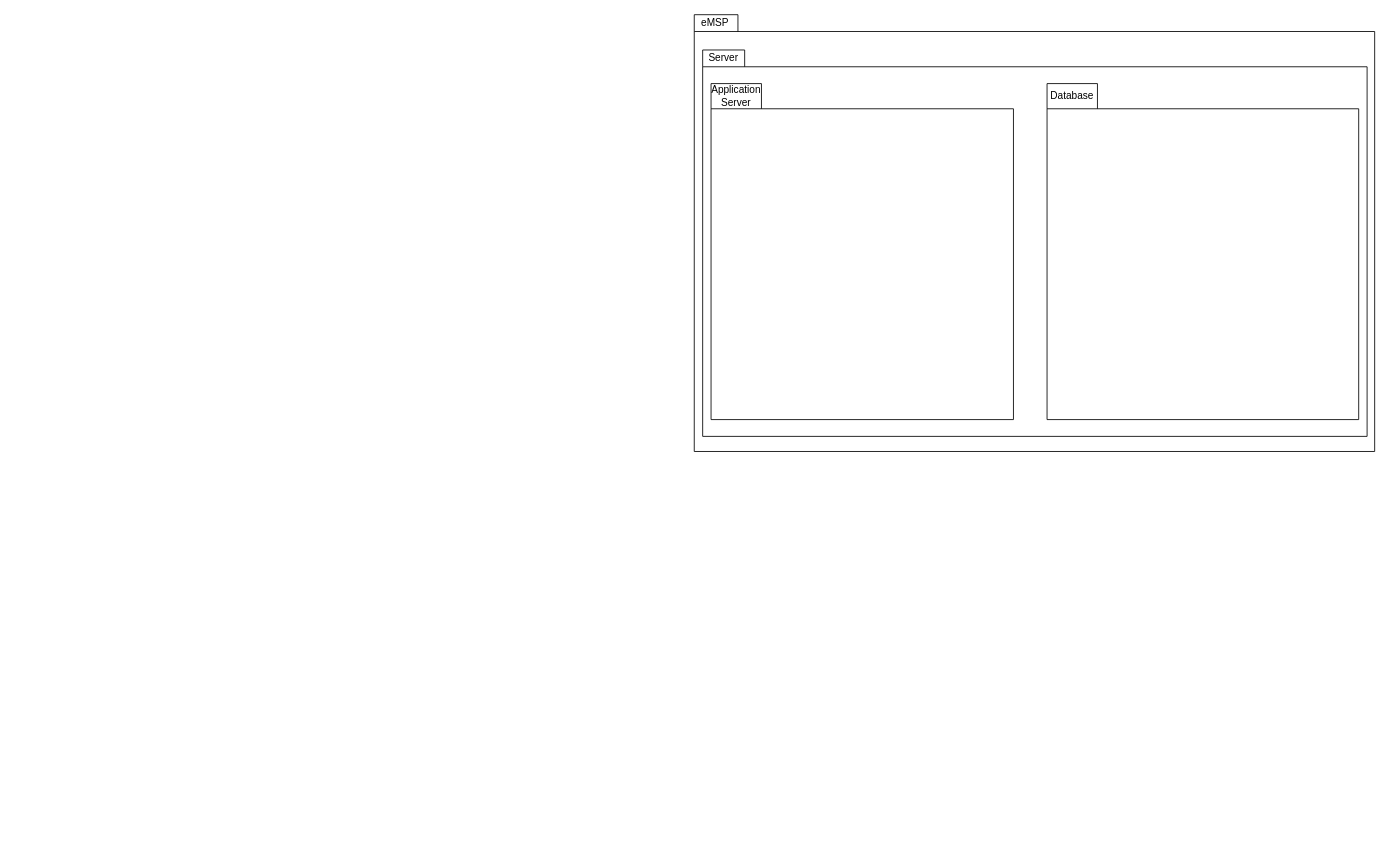
Above: page "eMSP-deployment" (3 of 3) of DD/Graphics/DD-overview.drawio in federico-mandelli/CoriglianoMandelliPignataro (draw.io), before the change. Source tidied: cells renumbered, new cells numbered last; positions are measured from the earlier drawing's top-left corner, leaving out a move shared by most shapes. Both pictures are drawn from the tidied source at 84%, with x=0, y=0 at pixel (694, 14).
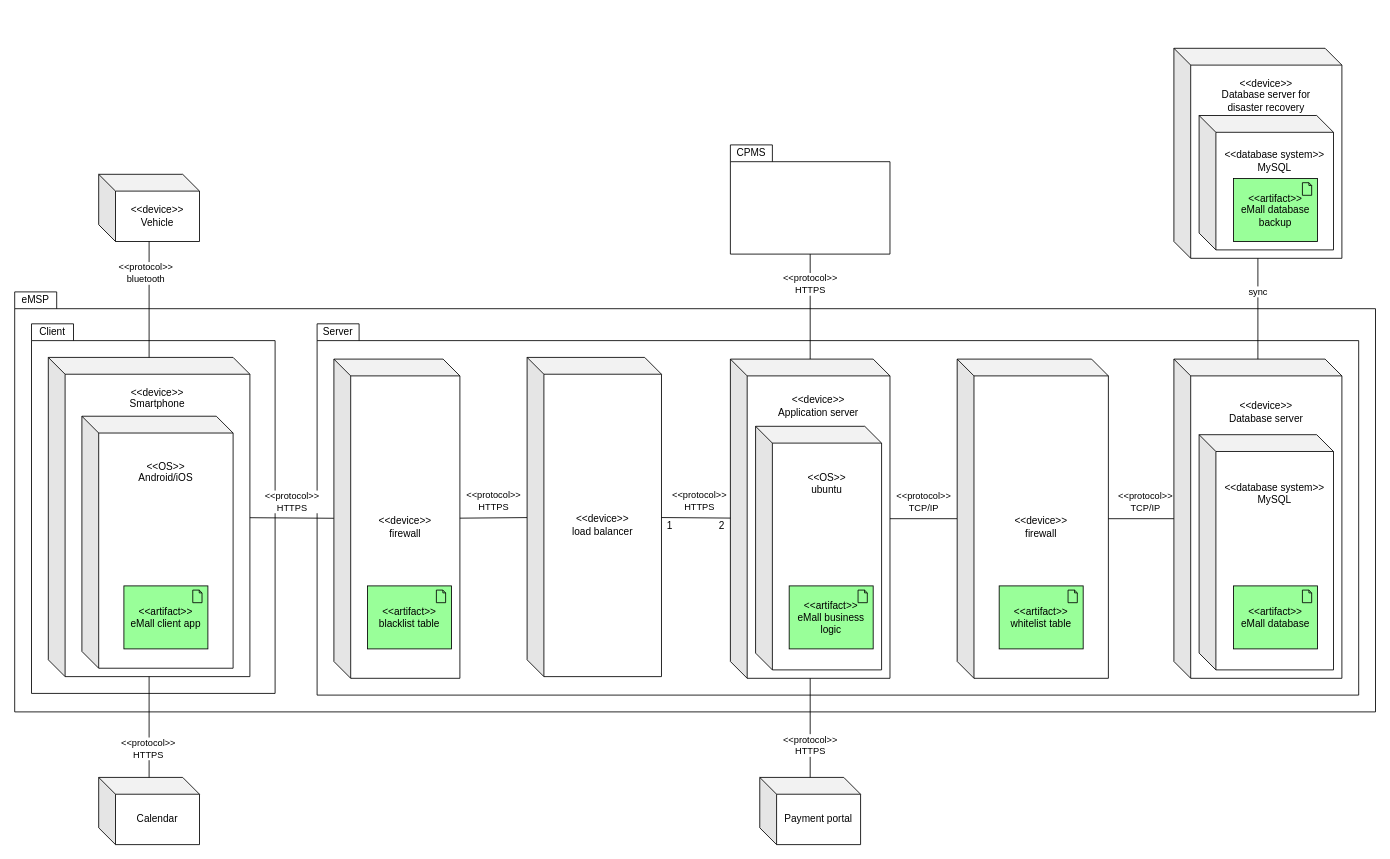
The same diagram, later.

The edit, as a diff of the source:
```diff
@@
-    <mxCell id="2" style="shape=folder;fontStyle=1;spacingTop=10;tabWidth=50;tabHeight=20;tabPosition=left;html=1;" parent="1" vertex="1">
-      <mxGeometry width="810" height="520" as="geometry" />
-    </mxCell>
-    <mxCell id="3" style="shape=folder;fontStyle=1;spacingTop=10;tabWidth=50;tabHeight=20;tabPosition=left;html=1;" parent="1" vertex="1">
-      <mxGeometry x="10" y="42" width="791" height="460" as="geometry" />
-    </mxCell>
+    <mxCell id="10" style="shape=folder;fontStyle=1;spacingTop=10;tabWidth=50;tabHeight=20;tabPosition=left;html=1;" parent="1" vertex="1">
+      <mxGeometry x="-809" y="330" width="1620" height="500" as="geometry" />
+    </mxCell>
+    <mxCell id="11" style="shape=folder;fontStyle=1;spacingTop=10;tabWidth=50;tabHeight=20;tabPosition=left;html=1;" parent="1" vertex="1">
+      <mxGeometry x="-449" y="368" width="1240" height="442" as="geometry" />
+    </mxCell>
+    <mxCell id="12" style="shape=folder;fontStyle=1;spacingTop=10;tabWidth=50;tabHeight=20;tabPosition=left;html=1;" parent="1" vertex="1">
+      <mxGeometry x="-789" y="368" width="290" height="440" as="geometry" />
+    </mxCell>
+    <mxCell id="13" value="&amp;lt;&amp;lt;device&amp;gt;&amp;gt;&lt;br&gt;Application server&lt;br&gt;&lt;br&gt;&lt;br&gt;&lt;br&gt;&lt;br&gt;&lt;br&gt;&lt;br&gt;&lt;br&gt;&lt;br&gt;&lt;br&gt;&lt;br&gt;&lt;br&gt;&lt;br&gt;&lt;br&gt;&lt;br&gt;&lt;br&gt;&lt;br&gt;&lt;br&gt;&lt;br&gt;&lt;br&gt;&lt;br&gt;" style="shape=cube;whiteSpace=wrap;html=1;boundedLbl=1;backgroundOutline=1;darkOpacity=0.05;darkOpacity2=0.1;" parent="1" vertex="1">
+      <mxGeometry x="43" y="410" width="190" height="380" as="geometry" />
+    </mxCell>
+    <mxCell id="14" value="&amp;lt;&amp;lt;device&amp;gt;&amp;gt;&lt;br&gt;Database server&lt;br&gt;&lt;br&gt;&lt;br&gt;&lt;br&gt;&lt;br&gt;&lt;br&gt;&lt;br&gt;&lt;br&gt;&lt;br&gt;&lt;br&gt;&lt;br&gt;&lt;br&gt;&lt;br&gt;&lt;br&gt;&lt;br&gt;&lt;br&gt;&lt;br&gt;&lt;br&gt;&lt;br&gt;&lt;br&gt;" style="shape=cube;whiteSpace=wrap;html=1;boundedLbl=1;backgroundOutline=1;darkOpacity=0.05;darkOpacity2=0.1;" parent="1" vertex="1">
+      <mxGeometry x="571" y="410" width="200" height="380" as="geometry" />
+    </mxCell>
+    <mxCell id="15" value="&amp;lt;&amp;lt;device&amp;gt;&amp;gt;&lt;br&gt;Vehicle" style="shape=cube;whiteSpace=wrap;html=1;boundedLbl=1;backgroundOutline=1;darkOpacity=0.05;darkOpacity2=0.1;" parent="1" vertex="1">
+      <mxGeometry x="-709" y="190" width="120" height="80" as="geometry" />
+    </mxCell>
+    <mxCell id="16" value="Client" style="text;html=1;strokeColor=none;fillColor=none;align=center;verticalAlign=middle;whiteSpace=wrap;rounded=0;" parent="1" vertex="1">
+      <mxGeometry x="-789" y="368" width="50" height="20" as="geometry" />
+    </mxCell>
     <mxCell id="4" value="Server" style="text;html=1;strokeColor=none;fillColor=none;align=center;verticalAlign=middle;whiteSpace=wrap;rounded=0;" parent="1" vertex="1">
-      <mxGeometry x="10" y="42" width="50" height="20" as="geometry" />
+      <mxGeometry x="-449" y="368" width="50" height="20" as="geometry" />
     </mxCell>
     <mxCell id="5" value="eMSP" style="text;html=1;strokeColor=none;fillColor=none;align=center;verticalAlign=middle;whiteSpace=wrap;rounded=0;" parent="1" vertex="1">
-      <mxGeometry width="50" height="20" as="geometry" />
+      <mxGeometry x="-809" y="330" width="50" height="20" as="geometry" />
     </mxCell>
-    <mxCell id="6" style="shape=folder;fontStyle=1;spacingTop=10;tabWidth=60;tabHeight=30;tabPosition=left;html=1;" parent="1" vertex="1">
-      <mxGeometry x="20" y="82" width="360" height="400" as="geometry" />
-    </mxCell>
-    <mxCell id="7" value="Application Server" style="text;html=1;strokeColor=none;fillColor=none;align=center;verticalAlign=middle;whiteSpace=wrap;rounded=0;" parent="1" vertex="1">
-      <mxGeometry x="20" y="82" width="60" height="30" as="geometry" />
-    </mxCell>
-    <mxCell id="8" style="shape=folder;fontStyle=1;spacingTop=10;tabWidth=60;tabHeight=30;tabPosition=left;html=1;" parent="1" vertex="1">
-      <mxGeometry x="420" y="82" width="371" height="400" as="geometry" />
-    </mxCell>
-    <mxCell id="9" value="Database" style="text;html=1;strokeColor=none;fillColor=none;align=center;verticalAlign=middle;whiteSpace=wrap;rounded=0;" parent="1" vertex="1">
-      <mxGeometry x="420" y="82" width="60" height="30" as="geometry" />
-    </mxCell>
+    <mxCell id="17" style="shape=folder;fontStyle=1;spacingTop=10;tabWidth=50;tabHeight=20;tabPosition=left;html=1;" parent="1" vertex="1">
+      <mxGeometry x="43" y="155" width="190" height="130" as="geometry" />
+    </mxCell>
+    <mxCell id="18" value="CPMS" style="text;html=1;strokeColor=none;fillColor=none;align=center;verticalAlign=middle;whiteSpace=wrap;rounded=0;" parent="1" vertex="1">
+      <mxGeometry x="43" y="155" width="50" height="20" as="geometry" />
+    </mxCell>
+    <mxCell id="19" value="Calendar" style="shape=cube;whiteSpace=wrap;html=1;boundedLbl=1;backgroundOutline=1;darkOpacity=0.05;darkOpacity2=0.1;" parent="1" vertex="1">
+      <mxGeometry x="-709" y="908" width="120" height="80" as="geometry" />
+    </mxCell>
+    <mxCell id="20" value="&amp;lt;&amp;lt;device&amp;gt;&amp;gt;&lt;br&gt;Smartphone&lt;br&gt;&lt;br&gt;&lt;br&gt;&lt;br&gt;&lt;br&gt;&lt;br&gt;&lt;br&gt;&lt;br&gt;&lt;br&gt;&lt;br&gt;&lt;br&gt;&lt;br&gt;&lt;br&gt;&lt;br&gt;&lt;br&gt;&lt;br&gt;&lt;br&gt;&lt;br&gt;&lt;br&gt;&lt;br&gt;&lt;br&gt;&lt;br&gt;" style="shape=cube;whiteSpace=wrap;html=1;boundedLbl=1;backgroundOutline=1;darkOpacity=0.05;darkOpacity2=0.1;" parent="1" vertex="1">
+      <mxGeometry x="-769" y="408" width="240" height="380" as="geometry" />
+    </mxCell>
+    <mxCell id="21" value="&amp;lt;&amp;lt;OS&amp;gt;&amp;gt;&lt;br&gt;Android/iOS&lt;br&gt;&lt;br&gt;&lt;br&gt;&lt;br&gt;&lt;br&gt;&lt;br&gt;&lt;br&gt;&lt;br&gt;&lt;br&gt;&lt;br&gt;&lt;br&gt;&lt;br&gt;&lt;br&gt;&lt;br&gt;" style="shape=cube;whiteSpace=wrap;html=1;boundedLbl=1;backgroundOutline=1;darkOpacity=0.05;darkOpacity2=0.1;" parent="1" vertex="1">
+      <mxGeometry x="-729" y="478" width="180" height="300" as="geometry" />
+    </mxCell>
+    <mxCell id="22" value="&amp;lt;&amp;lt;protocol&amp;gt;&amp;gt;&lt;br&gt;HTTPS" style="endArrow=none;html=1;rounded=0;" parent="1" edge="1" source="20" target="33">
+      <mxGeometry y="19" relative="1" as="geometry" />
+    </mxCell>
+    <mxCell id="23" value="&amp;lt;&amp;lt;OS&amp;gt;&amp;gt;&lt;br&gt;ubuntu&lt;br&gt;&lt;br&gt;&lt;br&gt;&lt;br&gt;&lt;br&gt;&lt;br&gt;&lt;br&gt;&lt;br&gt;&lt;br&gt;&lt;br&gt;&lt;br&gt;&lt;br&gt;&lt;br&gt;" style="shape=cube;whiteSpace=wrap;html=1;boundedLbl=1;backgroundOutline=1;darkOpacity=0.05;darkOpacity2=0.1;" parent="1" vertex="1">
+      <mxGeometry x="73" y="490" width="150" height="290" as="geometry" />
+    </mxCell>
+    <mxCell id="24" value="&amp;lt;&amp;lt;protocol&amp;gt;&amp;gt;&lt;br&gt;bluetooth" style="endArrow=none;html=1;rounded=0;" parent="1" edge="1" source="20" target="15">
+      <mxGeometry x="0.44" y="3" relative="1" as="geometry">
+        <mxPoint x="-1" y="-1" as="offset" />
+      </mxGeometry>
+    </mxCell>
+    <mxCell id="25" value="&amp;lt;&amp;lt;artifact&amp;gt;&amp;gt;&lt;br style=&quot;border-color: var(--border-color);&quot;&gt;eMall client app" style="html=1;whiteSpace=wrap;fillColor=#99ff99;shape=mxgraph.archimate.application;appType=artifact;" parent="1" vertex="1">
+      <mxGeometry x="-679" y="680" width="100" height="75" as="geometry" />
+    </mxCell>
+    <mxCell id="26" value="&amp;lt;&amp;lt;artifact&amp;gt;&amp;gt;&lt;br style=&quot;border-color: var(--border-color);&quot;&gt;eMall business logic" style="html=1;whiteSpace=wrap;fillColor=#99ff99;shape=mxgraph.archimate.application;appType=artifact;" parent="1" vertex="1">
+      <mxGeometry x="113" y="680" width="100" height="75" as="geometry" />
+    </mxCell>
+    <mxCell id="27" value="Payment portal" style="shape=cube;whiteSpace=wrap;html=1;boundedLbl=1;backgroundOutline=1;darkOpacity=0.05;darkOpacity2=0.1;" parent="1" vertex="1">
+      <mxGeometry x="78" y="908" width="120" height="80" as="geometry" />
+    </mxCell>
+    <mxCell id="28" value="&amp;lt;&amp;lt;protocol&amp;gt;&amp;gt;&lt;br&gt;HTTPS" style="endArrow=none;html=1;rounded=0;" parent="1" edge="1" source="27" target="13">
+      <mxGeometry x="-0.36" relative="1" as="geometry" />
+    </mxCell>
+    <mxCell id="29" value="&amp;lt;&amp;lt;protocol&amp;gt;&amp;gt;&lt;br&gt;HTTPS" style="endArrow=none;html=1;rounded=0;" parent="1" edge="1" source="20" target="19">
+      <mxGeometry x="0.44" relative="1" as="geometry">
+        <mxPoint x="-1" as="offset" />
+      </mxGeometry>
+    </mxCell>
+    <mxCell id="30" value="&amp;lt;&amp;lt;database system&amp;gt;&amp;gt;&lt;br&gt;MySQL&lt;br&gt;&lt;br&gt;&lt;br&gt;&lt;br&gt;&lt;br&gt;&lt;br&gt;&lt;br&gt;&lt;br&gt;&lt;br&gt;&lt;br&gt;&lt;br&gt;&lt;br&gt;" style="shape=cube;whiteSpace=wrap;html=1;boundedLbl=1;backgroundOutline=1;darkOpacity=0.05;darkOpacity2=0.1;" parent="1" vertex="1">
+      <mxGeometry x="601" y="500" width="160" height="280" as="geometry" />
+    </mxCell>
+    <mxCell id="31" value="&amp;lt;&amp;lt;protocol&amp;gt;&amp;gt;&lt;br&gt;TCP/IP" style="endArrow=none;html=1;rounded=0;" parent="1" edge="1" source="36" target="13">
+      <mxGeometry y="-20" relative="1" as="geometry" />
+    </mxCell>
+    <mxCell id="32" value="&amp;lt;&amp;lt;artifact&amp;gt;&amp;gt;&lt;br style=&quot;border-color: var(--border-color);&quot;&gt;eMall database" style="html=1;whiteSpace=wrap;fillColor=#99ff99;shape=mxgraph.archimate.application;appType=artifact;" parent="1" vertex="1">
+      <mxGeometry x="642" y="680" width="100" height="75" as="geometry" />
+    </mxCell>
+    <mxCell id="33" value="&amp;lt;&amp;lt;device&amp;gt;&amp;gt;&lt;br&gt;firewall" style="shape=cube;whiteSpace=wrap;html=1;boundedLbl=1;backgroundOutline=1;darkOpacity=0.05;darkOpacity2=0.1;" parent="1" vertex="1">
+      <mxGeometry x="-429" y="410" width="150" height="380" as="geometry" />
+    </mxCell>
+    <mxCell id="34" value="&amp;lt;&amp;lt;protocol&amp;gt;&amp;gt;&lt;br style=&quot;border-color: var(--border-color);&quot;&gt;HTTPS" style="endArrow=none;html=1;rounded=0;" parent="1" edge="1" source="40" target="33">
+      <mxGeometry y="-20" relative="1" as="geometry" />
+    </mxCell>
+    <mxCell id="35" value="&amp;lt;&amp;lt;artifact&amp;gt;&amp;gt;&lt;br style=&quot;border-color: var(--border-color);&quot;&gt;blacklist table" style="html=1;whiteSpace=wrap;fillColor=#99ff99;shape=mxgraph.archimate.application;appType=artifact;" parent="1" vertex="1">
+      <mxGeometry x="-389" y="680" width="100" height="75" as="geometry" />
+    </mxCell>
+    <mxCell id="36" value="&amp;lt;&amp;lt;device&amp;gt;&amp;gt;&lt;br&gt;firewall" style="shape=cube;whiteSpace=wrap;html=1;boundedLbl=1;backgroundOutline=1;darkOpacity=0.05;darkOpacity2=0.1;" parent="1" vertex="1">
+      <mxGeometry x="313" y="410" width="180" height="380" as="geometry" />
+    </mxCell>
+    <mxCell id="37" value="&amp;lt;&amp;lt;artifact&amp;gt;&amp;gt;&lt;br style=&quot;border-color: var(--border-color);&quot;&gt;whitelist table" style="html=1;whiteSpace=wrap;fillColor=#99ff99;shape=mxgraph.archimate.application;appType=artifact;" parent="1" vertex="1">
+      <mxGeometry x="363" y="680" width="100" height="75" as="geometry" />
+    </mxCell>
+    <mxCell id="38" value="&amp;lt;&amp;lt;protocol&amp;gt;&amp;gt;&lt;br&gt;HTTPS" style="endArrow=none;html=1;rounded=0;" parent="1" edge="1" source="13" target="17">
+      <mxGeometry x="0.44" relative="1" as="geometry">
+        <mxPoint y="1" as="offset" />
+      </mxGeometry>
+    </mxCell>
+    <mxCell id="39" value="&amp;lt;&amp;lt;protocol&amp;gt;&amp;gt;&lt;br&gt;TCP/IP" style="endArrow=none;html=1;rounded=0;" parent="1" edge="1" source="36" target="14">
+      <mxGeometry x="0.14" y="20" relative="1" as="geometry" />
+    </mxCell>
+    <mxCell id="40" value="&amp;lt;&amp;lt;device&amp;gt;&amp;gt;&lt;br&gt;load balancer" style="shape=cube;whiteSpace=wrap;html=1;boundedLbl=1;backgroundOutline=1;darkOpacity=0.05;darkOpacity2=0.1;" parent="1" vertex="1">
+      <mxGeometry x="-199" y="408" width="160" height="380" as="geometry" />
+    </mxCell>
+    <mxCell id="41" value="&amp;lt;&amp;lt;protocol&amp;gt;&amp;gt;&lt;br style=&quot;border-color: var(--border-color);&quot;&gt;HTTPS" style="endArrow=none;html=1;rounded=0;" parent="1" edge="1" source="40" target="13">
+      <mxGeometry x="0.09" y="20" relative="1" as="geometry" />
+    </mxCell>
+    <mxCell id="42" value="1" style="text;html=1;strokeColor=none;fillColor=none;align=center;verticalAlign=middle;whiteSpace=wrap;rounded=0;" parent="1" vertex="1">
+      <mxGeometry x="-39" y="600" width="20" height="17" as="geometry" />
+    </mxCell>
+    <mxCell id="43" value="2" style="text;html=1;strokeColor=none;fillColor=none;align=center;verticalAlign=middle;whiteSpace=wrap;rounded=0;" parent="1" vertex="1">
+      <mxGeometry x="23" y="600" width="20" height="17" as="geometry" />
+    </mxCell>
+    <mxCell id="44" value="&amp;lt;&amp;lt;device&amp;gt;&amp;gt;&lt;br&gt;Database server for &lt;br&gt;disaster recovery&lt;br&gt;&lt;br&gt;&lt;br&gt;&lt;br&gt;&lt;br&gt;&lt;br&gt;&lt;br&gt;&lt;br&gt;&lt;br&gt;&lt;br&gt;&lt;br&gt;&lt;br&gt;" style="shape=cube;whiteSpace=wrap;html=1;boundedLbl=1;backgroundOutline=1;darkOpacity=0.05;darkOpacity2=0.1;" parent="1" vertex="1">
+      <mxGeometry x="571" y="40" width="200" height="250" as="geometry" />
+    </mxCell>
+    <mxCell id="45" value="&amp;lt;&amp;lt;database system&amp;gt;&amp;gt;&lt;br&gt;MySQL&lt;br&gt;&lt;br&gt;&lt;br&gt;&lt;br&gt;&lt;br&gt;&lt;br&gt;" style="shape=cube;whiteSpace=wrap;html=1;boundedLbl=1;backgroundOutline=1;darkOpacity=0.05;darkOpacity2=0.1;" parent="1" vertex="1">
+      <mxGeometry x="601" y="120" width="160" height="160" as="geometry" />
+    </mxCell>
+    <mxCell id="46" value="&amp;lt;&amp;lt;artifact&amp;gt;&amp;gt;&lt;br style=&quot;border-color: var(--border-color);&quot;&gt;eMall database backup" style="html=1;whiteSpace=wrap;fillColor=#99ff99;shape=mxgraph.archimate.application;appType=artifact;" parent="1" vertex="1">
+      <mxGeometry x="642" y="195" width="100" height="75" as="geometry" />
+    </mxCell>
+    <mxCell id="47" value="sync" style="endArrow=none;html=1;rounded=0;" parent="1" edge="1" source="14" target="44">
+      <mxGeometry x="0.33" relative="1" as="geometry" />
+    </mxCell>
```
